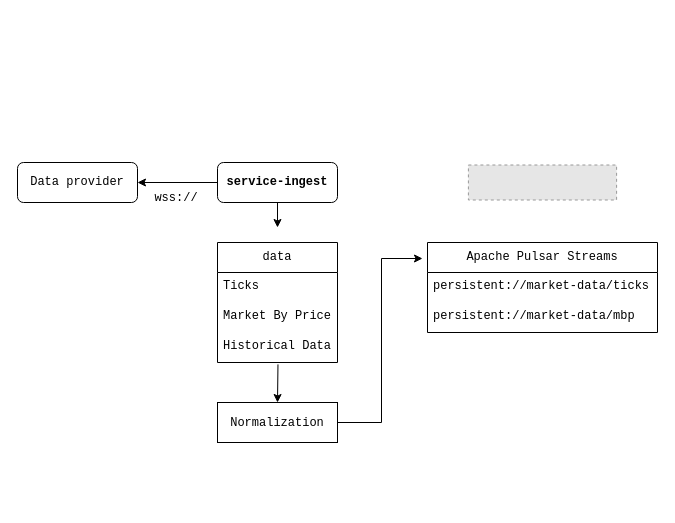
This is backend/service-docs/docs/assets/service-ingest-history.drawio from rey-sudo/blacker, a draw.io file, before an edit. Source tidied: cells renumbered, new cells numbered last; positions are measured from the earlier drawing's top-left corner, leaving out a move shared by most shapes. Both pictures are drawn from the tidied source at 100%, with x=0, y=0 at pixel (17, 102). Pictures stored in the file or linked from it are replaced by grey dashed boxes.
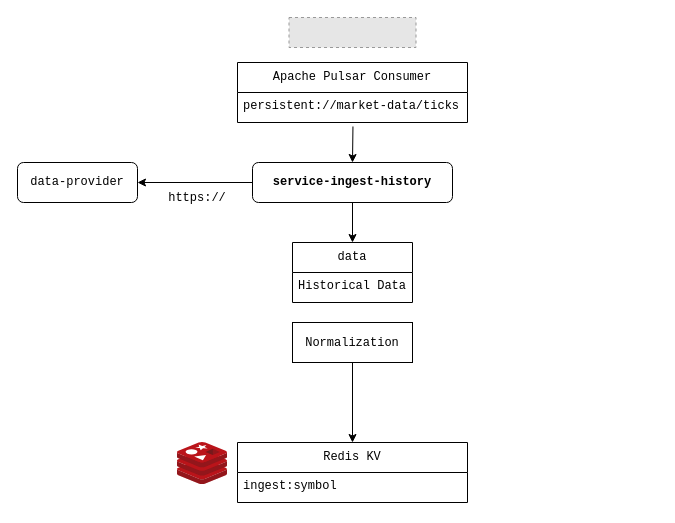
The same diagram, later.

Diff of the diagram source:
```diff
@@
-    <mxCell id="2" value="Data provider" style="rounded=1;whiteSpace=wrap;html=1;fontFamily=Courier New;fontSize=12;" parent="1" vertex="1">
+    <mxCell id="2" value="data-provider" style="rounded=1;whiteSpace=wrap;html=1;fontFamily=Courier New;fontSize=12;" parent="1" vertex="1">
       <mxGeometry y="60" width="120" height="40" as="geometry" />
     </mxCell>
@@
-    <mxCell id="5" style="edgeStyle=orthogonalEdgeStyle;rounded=0;jettySize=auto;html=1;exitX=0.5;exitY=1;exitDx=0;exitDy=0;entryX=0.5;entryY=0;entryDx=0;entryDy=0;fontFamily=Courier New;fontSize=12;" parent="1" edge="1" source="6">
-      <mxGeometry relative="1" as="geometry">
-        <mxPoint x="260" y="125" as="targetPoint" />
-      </mxGeometry>
-    </mxCell>
+    <mxCell id="19" style="edgeStyle=orthogonalEdgeStyle;rounded=0;jettySize=auto;html=1;exitX=0.5;exitY=1;exitDx=0;exitDy=0;entryX=0.5;entryY=0;entryDx=0;entryDy=0;" parent="1" edge="1" source="6" target="8">
+      <mxGeometry relative="1" as="geometry" />
+    </mxCell>
-    <mxCell id="6" value="&lt;b&gt;service-ingest&lt;/b&gt;" style="rounded=1;whiteSpace=wrap;html=1;fontFamily=Courier New;fontSize=12;" parent="1" vertex="1">
-      <mxGeometry x="200" y="60" width="120" height="40" as="geometry" />
+    <mxCell id="6" value="&lt;b&gt;service-ingest-history&lt;/b&gt;" style="rounded=1;whiteSpace=wrap;html=1;fontFamily=Courier New;fontSize=12;" parent="1" vertex="1">
+      <mxGeometry x="235" y="60" width="200" height="40" as="geometry" />
     </mxCell>
-    <mxCell id="7" value="wss://" style="text;html=1;whiteSpace=wrap;strokeColor=none;fillColor=none;align=center;verticalAlign=middle;rounded=0;fontFamily=Courier New;fontSize=12;" parent="1" vertex="1">
-      <mxGeometry x="129" y="81" width="60" height="30" as="geometry" />
+    <mxCell id="7" value="https://" style="text;html=1;whiteSpace=wrap;strokeColor=none;fillColor=none;align=center;verticalAlign=middle;rounded=0;fontFamily=Courier New;fontSize=12;" parent="1" vertex="1">
+      <mxGeometry x="150" y="81" width="60" height="30" as="geometry" />
     </mxCell>
     <mxCell id="8" value="data" style="swimlane;fontStyle=0;horizontal=1;startSize=30;whiteSpace=wrap;html=1;fontFamily=Courier New;fontSize=12;verticalAlign=middle;" parent="1" vertex="1">
-      <mxGeometry x="200" y="140" width="120" height="120" as="geometry" />
+      <mxGeometry x="275" y="140" width="120" height="60" as="geometry" />
     </mxCell>
-    <mxCell id="9" value="Ticks" style="text;strokeColor=none;fillColor=none;align=left;verticalAlign=top;spacingLeft=4;spacingRight=4;overflow=hidden;whiteSpace=wrap;html=1;fontFamily=Courier New;fontSize=12;" parent="8" vertex="1">
-      <mxGeometry y="30" width="120" height="30" as="geometry" />
-    </mxCell>
-    <mxCell id="10" value="Market By Price" style="text;strokeColor=none;fillColor=none;align=left;verticalAlign=top;spacingLeft=4;spacingRight=4;overflow=hidden;whiteSpace=wrap;html=1;fontFamily=Courier New;fontSize=12;" parent="8" vertex="1">
-      <mxGeometry y="60" width="120" height="30" as="geometry" />
-    </mxCell>
     <mxCell id="11" value="Historical Data" style="text;strokeColor=none;fillColor=none;align=left;verticalAlign=top;spacingLeft=4;spacingRight=4;overflow=hidden;points=[[0,0.5],[1,0.5]];portConstraint=eastwest;whiteSpace=wrap;html=1;fontFamily=Courier New;fontSize=12;" parent="8" vertex="1">
-      <mxGeometry y="90" width="120" height="30" as="geometry" />
+      <mxGeometry y="30" width="120" height="30" as="geometry" />
     </mxCell>
-    <mxCell id="12" value="Apache Pulsar Streams" style="swimlane;fontStyle=0;horizontal=1;startSize=30;whiteSpace=wrap;html=1;fontSize=12;fontFamily=Courier New;verticalAlign=middle;" parent="1" vertex="1">
-      <mxGeometry x="410" y="140" width="230" height="90" as="geometry" />
+    <mxCell id="12" value="Redis KV" style="swimlane;fontStyle=0;horizontal=1;startSize=30;whiteSpace=wrap;html=1;fontSize=12;fontFamily=Courier New;verticalAlign=middle;" parent="1" vertex="1">
+      <mxGeometry x="220" y="340" width="230" height="60" as="geometry" />
     </mxCell>
-    <mxCell id="13" value="&lt;div&gt;persistent://market-data/ticks&lt;/div&gt;&lt;div&gt;&lt;br&gt;&lt;/div&gt;" style="text;strokeColor=none;fillColor=none;align=left;verticalAlign=top;spacingLeft=4;spacingRight=4;overflow=hidden;whiteSpace=wrap;html=1;fontSize=12;fontFamily=Courier New;" parent="12" vertex="1">
+    <mxCell id="13" value="ingest:symbol" style="text;strokeColor=none;fillColor=none;align=left;verticalAlign=top;spacingLeft=4;spacingRight=4;overflow=hidden;whiteSpace=wrap;html=1;fontSize=12;fontFamily=Courier New;" parent="12" vertex="1">
       <mxGeometry y="30" width="230" height="30" as="geometry" />
     </mxCell>
-    <mxCell id="14" value="&lt;div&gt;persistent://market-data/mbp&lt;/div&gt;&lt;div&gt;&lt;br&gt;&lt;/div&gt;" style="text;strokeColor=none;fillColor=none;align=left;verticalAlign=top;spacingLeft=4;spacingRight=4;overflow=hidden;whiteSpace=wrap;html=1;fontSize=12;fontFamily=Courier New;" parent="12" vertex="1">
-      <mxGeometry y="60" width="230" height="30" as="geometry" />
-    </mxCell>
-    <mxCell id="15" style="fillColor=#E6E6E6;strokeColor=#999999;dashed=1;" parent="1" vertex="1">
-      <mxGeometry x="450.9" y="62.5" width="148.2" height="35" as="geometry" />
-    </mxCell>
+    <mxCell id="20" style="edgeStyle=orthogonalEdgeStyle;rounded=0;jettySize=auto;html=1;exitX=0.5;exitY=1;exitDx=0;exitDy=0;entryX=0.5;entryY=0;entryDx=0;entryDy=0;" parent="1" edge="1" source="16" target="12">
+      <mxGeometry relative="1" as="geometry" />
+    </mxCell>
     <mxCell id="16" value="&lt;font face=&quot;Courier New&quot;&gt;Normalization&lt;/font&gt;" style="rounded=0;whiteSpace=wrap;html=1;" parent="1" vertex="1">
-      <mxGeometry x="200" y="300" width="120" height="40" as="geometry" />
+      <mxGeometry x="275" y="220" width="120" height="40" as="geometry" />
     </mxCell>
-    <mxCell id="17" style="edgeStyle=orthogonalEdgeStyle;rounded=0;orthogonalLoop=1;jettySize=auto;html=1;entryX=0;entryY=0.133;entryDx=0;entryDy=0;entryPerimeter=0;" parent="1" edge="1">
-      <mxGeometry relative="1" as="geometry">
-        <mxPoint x="320" y="320" as="sourcePoint" />
-        <mxPoint x="405" y="156" as="targetPoint" />
-        <Array as="points">
-          <mxPoint x="364" y="320" />
-          <mxPoint x="364" y="156" />
-        </Array>
-      </mxGeometry>
-    </mxCell>
-    <mxCell id="18" style="edgeStyle=orthogonalEdgeStyle;rounded=0;jettySize=auto;html=1;exitX=0.5;exitY=0;exitDx=0;exitDy=0;entryX=0.504;entryY=1.064;entryDx=0;entryDy=0;entryPerimeter=0;endArrow=none;endFill=0;startArrow=classic;startFill=1;" parent="1" edge="1" source="16" target="11">
-      <mxGeometry relative="1" as="geometry" />
-    </mxCell>
+    <mxCell id="21" style="image;sketch=0;html=1;align=center;fontSize=12;image=img/lib/mscae/Cache_Redis_Product.svg;" parent="1" vertex="1">
+      <mxGeometry x="160" y="340" width="50" height="42" as="geometry" />
+    </mxCell>
+    <mxCell id="22" style="fillColor=#E6E6E6;strokeColor=#999999;dashed=1;" parent="1" vertex="1">
+      <mxGeometry x="271.5" y="-85" width="127" height="30" as="geometry" />
+    </mxCell>
+    <mxCell id="23" value="Apache Pulsar Consumer" style="swimlane;fontStyle=0;horizontal=1;startSize=30;whiteSpace=wrap;html=1;fontSize=12;fontFamily=Courier New;verticalAlign=middle;" parent="1" vertex="1">
+      <mxGeometry x="220" y="-40" width="230" height="60" as="geometry" />
+    </mxCell>
+    <mxCell id="24" value="persistent://market-data/ticks" style="text;strokeColor=none;fillColor=none;align=left;verticalAlign=top;spacingLeft=4;spacingRight=4;overflow=hidden;points=[[0,0.5],[1,0.5]];portConstraint=eastwest;whiteSpace=wrap;html=1;fontSize=12;fontFamily=Courier New;" parent="23" vertex="1">
+      <mxGeometry y="30" width="230" height="30" as="geometry" />
+    </mxCell>
+    <mxCell id="25" style="edgeStyle=orthogonalEdgeStyle;rounded=0;jettySize=auto;html=1;exitX=0.5;exitY=0;exitDx=0;exitDy=0;entryX=0.502;entryY=1.133;entryDx=0;entryDy=0;entryPerimeter=0;startArrow=classic;startFill=1;endArrow=none;endFill=0;" parent="1" edge="1" source="6" target="24">
+      <mxGeometry relative="1" as="geometry" />
+    </mxCell>
```
